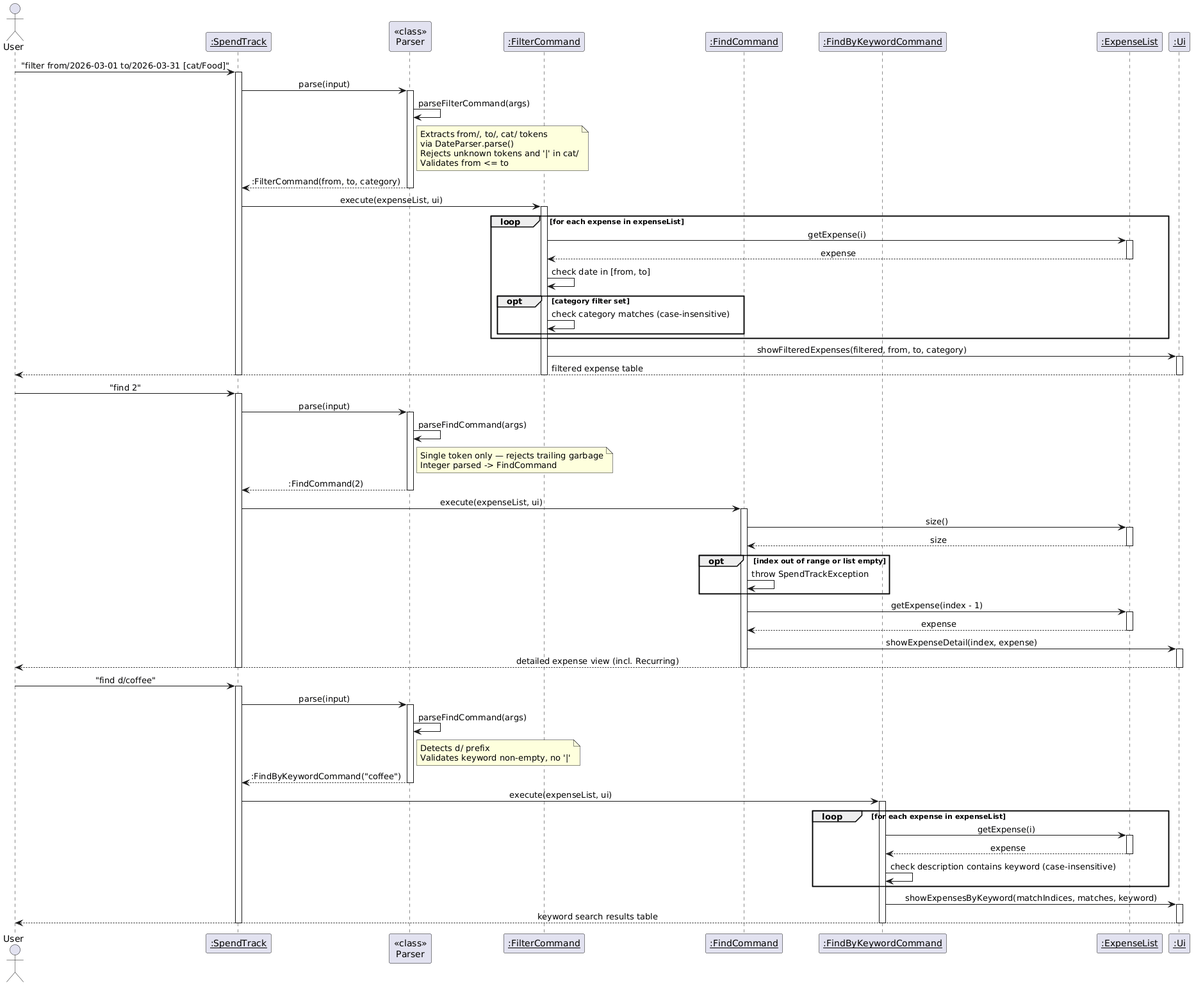
The PlantUML diagram docs/images/FilterFindSequence.png in AbhijitBalajee/tp, before a commit.
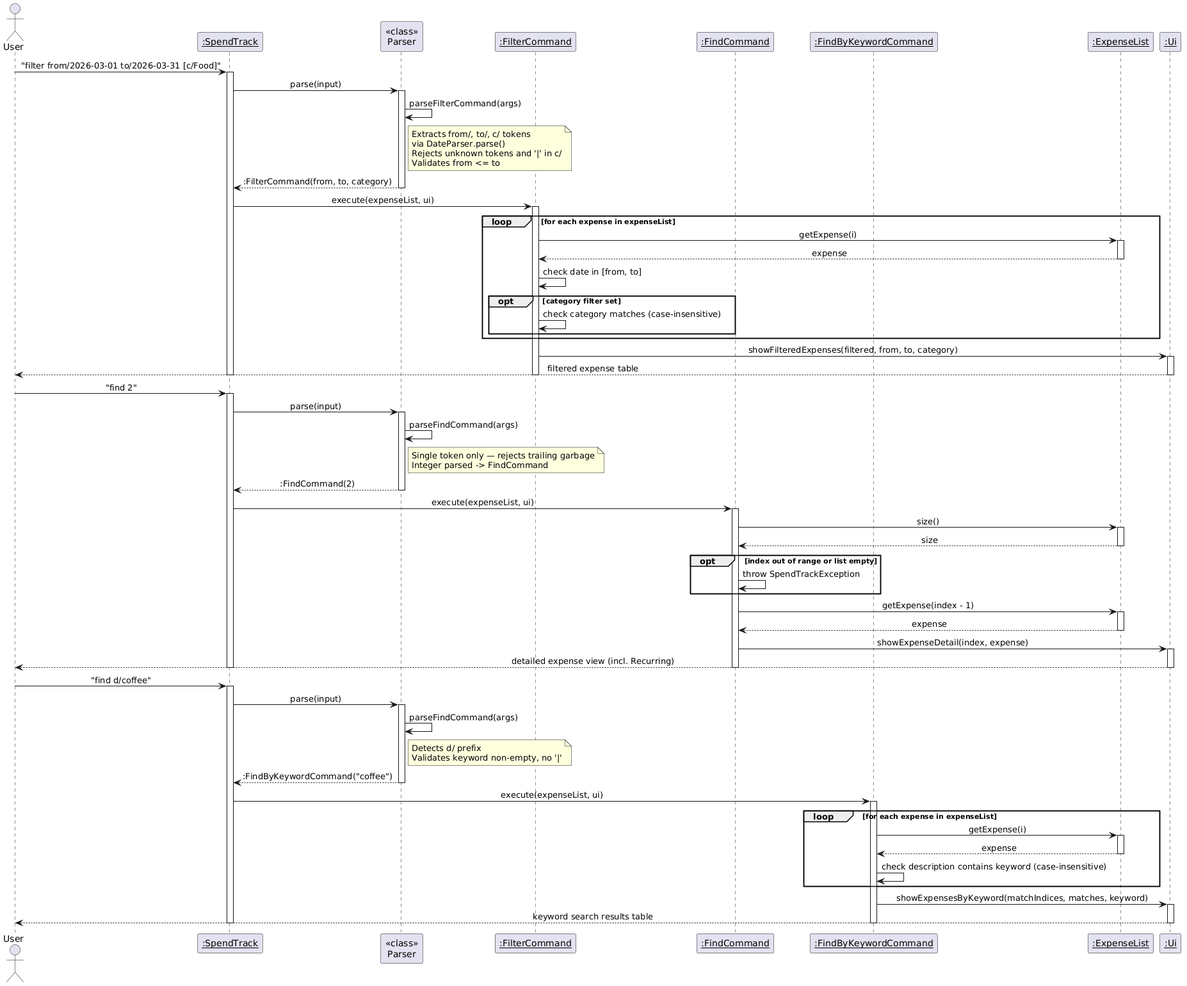
The same diagram one commit later.

The edit, as a diff of the source:
```diff
@@ -12,16 +12,16 @@
 participant "<u>:ExpenseList</u>" as EL
 participant "<u>:Ui</u>" as UI
 
-User -> ST : "filter from/2026-03-01 to/2026-03-31 [cat/Food]"
+User -> ST : "filter from/2026-03-01 to/2026-03-31 [c/Food]"
 activate ST
 
 ST -> P : parse(input)
 activate P
 P -> P : parseFilterCommand(args)
 note right of P
-  Extracts from/, to/, cat/ tokens
+  Extracts from/, to/, c/ tokens
   via DateParser.parse()
-  Rejects unknown tokens and '|' in cat/
+  Rejects unknown tokens and '|' in c/
   Validates from <= to
 end note
 P --> ST : :FilterCommand(from, to, category)
```
